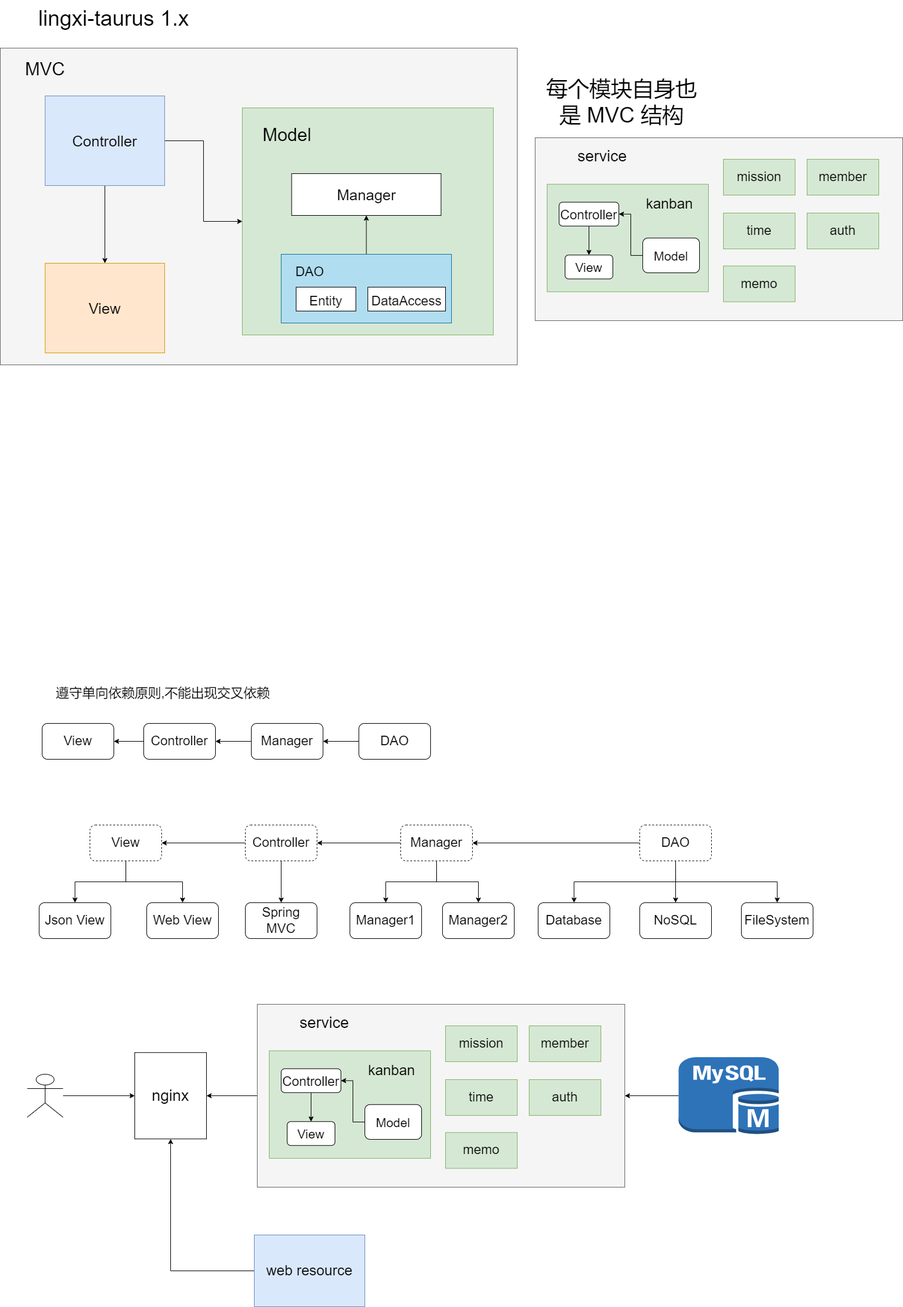
Above: lingxi-taurus/lingxi-taurus-architecture-1,0.0.png in GitHeP/diagrams (draw.io), before the change. Source tidied: cells renumbered, new cells last; positions are measured from the earlier drawing's top-left corner, leaving out a move shared by most shapes.
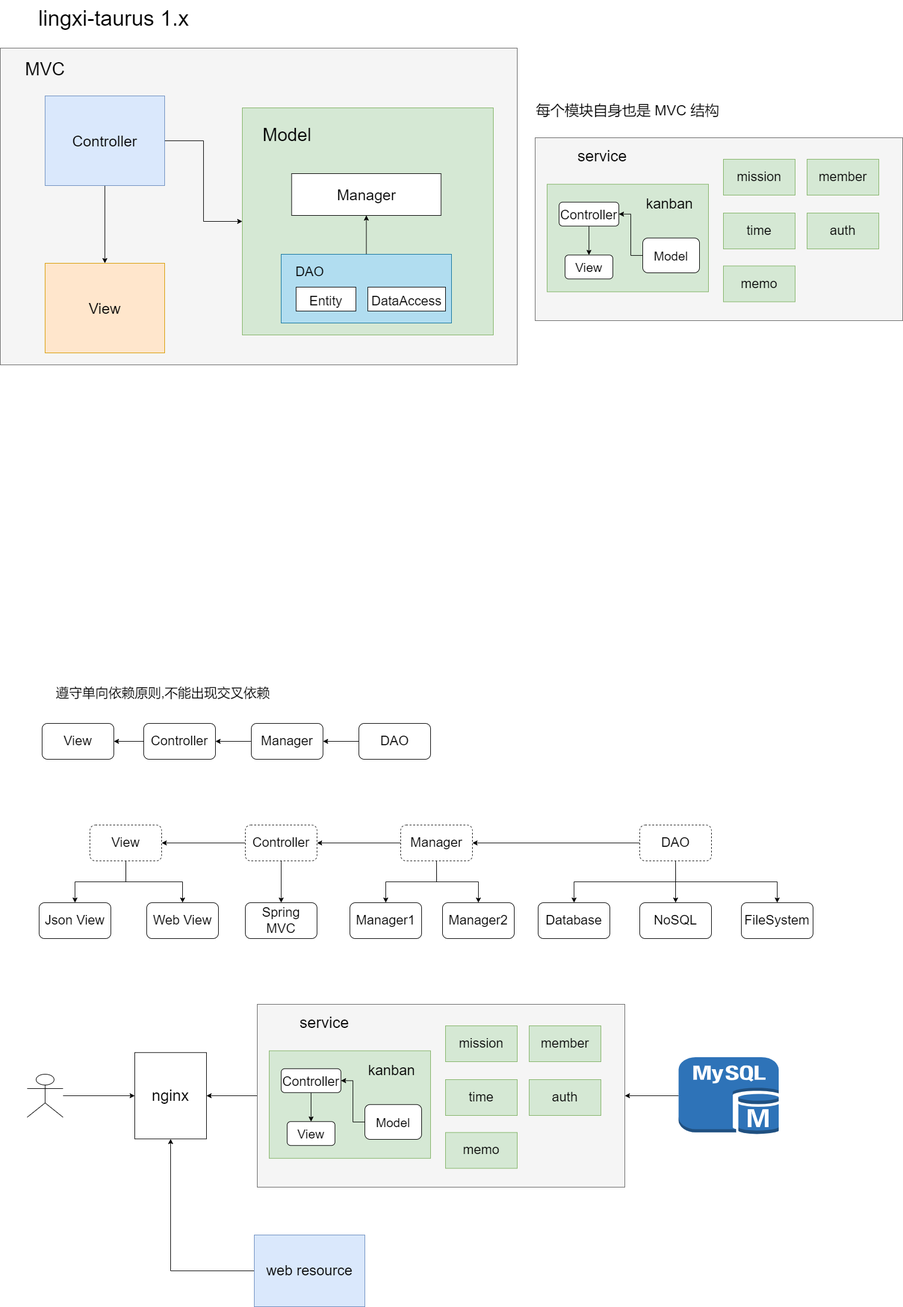
The same file after the commit.

What changed in the source:
```diff
@@ -258,8 +258,8 @@
     <mxCell id="85" value="&lt;font style=&quot;font-size: 36px;&quot;&gt;lingxi-taurus 1.x&lt;/font&gt;" style="text;html=1;strokeColor=none;fillColor=none;align=center;verticalAlign=middle;whiteSpace=wrap;rounded=0;" parent="1" vertex="1">
       <mxGeometry x="35" width="310" height="60" as="geometry" />
     </mxCell>
-    <mxCell id="86" value="每个模块自身也是 MVC 结构" style="text;html=1;strokeColor=none;fillColor=none;align=center;verticalAlign=middle;whiteSpace=wrap;rounded=0;fontSize=36;" parent="1" vertex="1">
-      <mxGeometry x="905" y="130" width="270" height="80" as="geometry" />
+    <mxCell id="86" value="&lt;font style=&quot;font-size: 24px;&quot;&gt;每个模块自身也是 MVC 结构&lt;/font&gt;" style="text;html=1;strokeColor=none;fillColor=none;align=center;verticalAlign=middle;whiteSpace=wrap;rounded=0;fontSize=36;" parent="1" vertex="1">
+      <mxGeometry x="895" y="150" width="310" height="60" as="geometry" />
     </mxCell>
   </root>
 </mxGraphModel>
```
